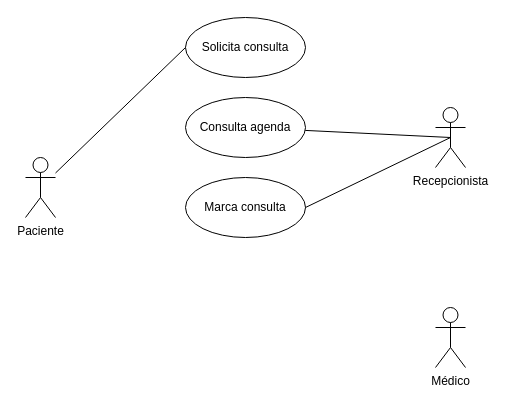
This is Use Case Diagram.drawio from JonatasFontele/Banco-de-Dados, a draw.io file, before an edit. Source tidied: cells renumbered, new cells numbered last; positions are measured from the earlier drawing's top-left corner, leaving out a move shared by most shapes. Both pictures are drawn from the tidied source at 100%, with x=0, y=0 at pixel (25, 17).
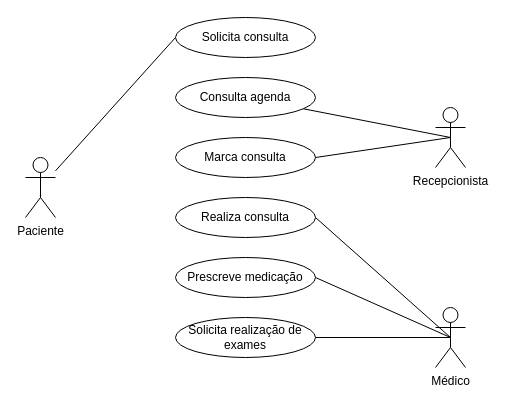
The same diagram, later.

What changed in the source:
```diff
@@
 <mxGraphModel>
   <root>
     <mxCell id="0" />
     <mxCell id="1" parent="0" />
     <mxCell id="2" value="Paciente" style="shape=umlActor;verticalLabelPosition=bottom;verticalAlign=top;html=1;outlineConnect=0;shadow=0;" parent="1" vertex="1">
       <mxGeometry y="140" width="30" height="60" as="geometry" />
     </mxCell>
     <mxCell id="3" value="Recepcionista" style="shape=umlActor;verticalLabelPosition=bottom;verticalAlign=top;html=1;outlineConnect=0;" parent="1" vertex="1">
       <mxGeometry x="410" y="90" width="30" height="60" as="geometry" />
     </mxCell>
     <mxCell id="4" value="Médico" style="shape=umlActor;verticalLabelPosition=bottom;verticalAlign=top;html=1;outlineConnect=0;" parent="1" vertex="1">
       <mxGeometry x="410" y="290" width="30" height="60" as="geometry" />
     </mxCell>
     <mxCell id="5" value="Solicita consulta" style="ellipse;whiteSpace=wrap;html=1;" parent="1" vertex="1">
-      <mxGeometry x="160" width="120" height="60" as="geometry" />
+      <mxGeometry x="150" width="140" height="40" as="geometry" />
     </mxCell>
     <mxCell id="6" style="endArrow=none;html=1;entryX=0;entryY=0.5;entryDx=0;entryDy=0;" parent="1" edge="1" source="2" target="5">
       <mxGeometry relative="1" as="geometry" />
     </mxCell>
     <mxCell id="7" value="Consulta agenda" style="ellipse;whiteSpace=wrap;html=1;" parent="1" vertex="1">
-      <mxGeometry x="160" y="80" width="120" height="60" as="geometry" />
+      <mxGeometry x="150" y="60" width="140" height="40" as="geometry" />
     </mxCell>
     <mxCell id="8" style="endArrow=none;html=1;entryX=0.5;entryY=0.5;entryDx=0;entryDy=0;entryPerimeter=0;" parent="1" edge="1" source="7" target="3">
       <mxGeometry relative="1" as="geometry" />
     </mxCell>
     <mxCell id="9" value="Marca consulta" style="ellipse;whiteSpace=wrap;html=1;" parent="1" vertex="1">
-      <mxGeometry x="160" y="160" width="120" height="60" as="geometry" />
+      <mxGeometry x="150" y="120" width="140" height="40" as="geometry" />
     </mxCell>
     <mxCell id="10" style="endArrow=none;html=1;entryX=0.5;entryY=0.5;entryDx=0;entryDy=0;entryPerimeter=0;exitX=1;exitY=0.5;exitDx=0;exitDy=0;" parent="1" edge="1" source="9" target="3">
       <mxGeometry relative="1" as="geometry" />
     </mxCell>
+    <mxCell id="11" value="Realiza consulta" style="ellipse;whiteSpace=wrap;html=1;" parent="1" vertex="1">
+      <mxGeometry x="150" y="180" width="140" height="40" as="geometry" />
+    </mxCell>
+    <mxCell id="12" style="endArrow=none;html=1;entryX=0.5;entryY=0.5;entryDx=0;entryDy=0;entryPerimeter=0;exitX=1;exitY=0.5;exitDx=0;exitDy=0;" parent="1" edge="1" source="11" target="4">
+      <mxGeometry relative="1" as="geometry" />
+    </mxCell>
+    <mxCell id="13" value="Prescreve medicação" style="ellipse;whiteSpace=wrap;html=1;" parent="1" vertex="1">
+      <mxGeometry x="150" y="240" width="140" height="40" as="geometry" />
+    </mxCell>
+    <mxCell id="14" value="Solicita realização de exames" style="ellipse;whiteSpace=wrap;html=1;" parent="1" vertex="1">
+      <mxGeometry x="150" y="300" width="140" height="40" as="geometry" />
+    </mxCell>
+    <mxCell id="15" style="endArrow=none;html=1;entryX=0.5;entryY=0.5;entryDx=0;entryDy=0;entryPerimeter=0;exitX=1;exitY=0.5;exitDx=0;exitDy=0;" parent="1" edge="1" source="13" target="4">
+      <mxGeometry relative="1" as="geometry" />
+    </mxCell>
+    <mxCell id="16" style="endArrow=none;html=1;entryX=0.5;entryY=0.5;entryDx=0;entryDy=0;entryPerimeter=0;exitX=1;exitY=0.5;exitDx=0;exitDy=0;" parent="1" edge="1" source="14" target="4">
+      <mxGeometry relative="1" as="geometry" />
+    </mxCell>
   </root>
 </mxGraphModel>
```
